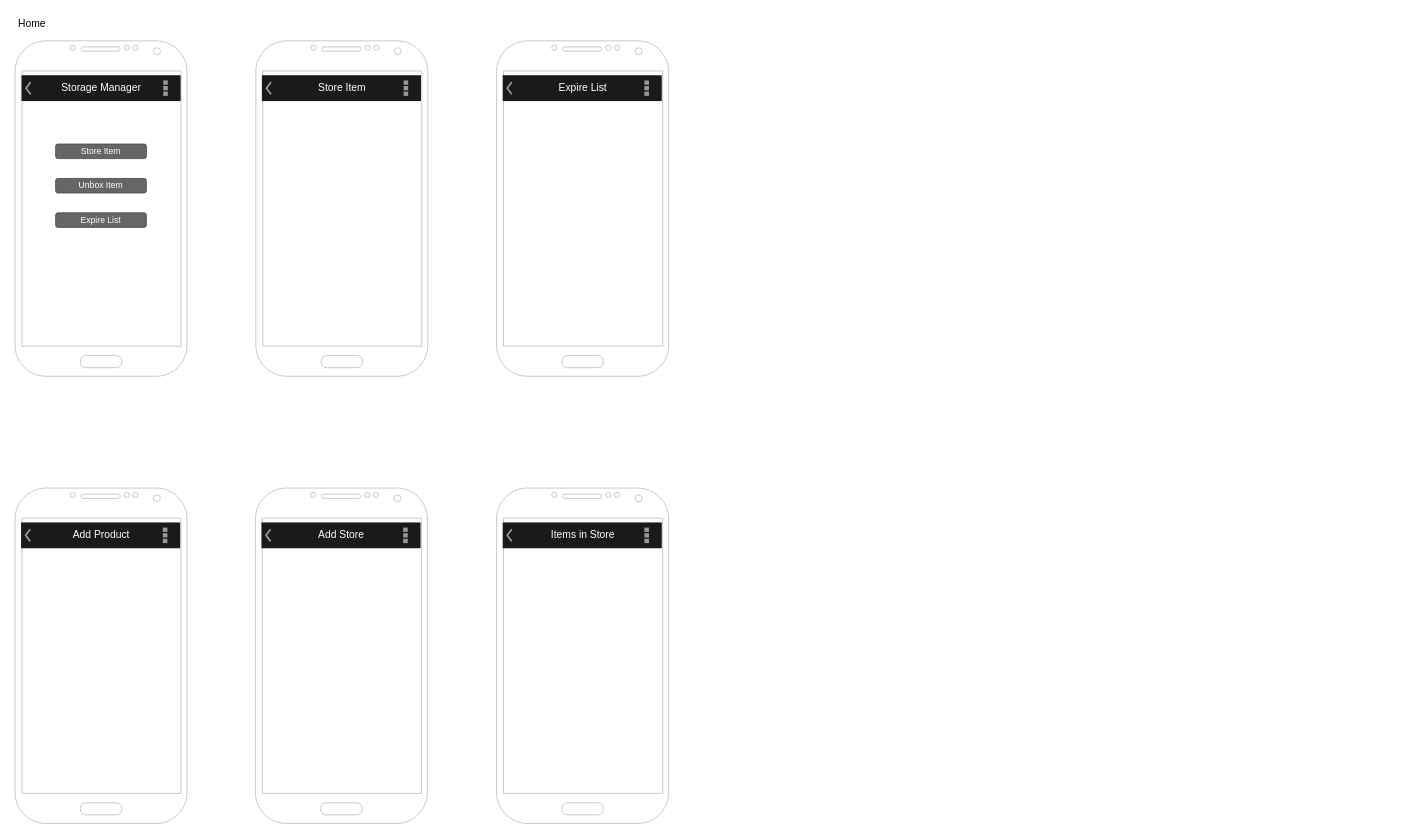
Above: storageManager/Mockups.drawio in better-live-movement/concepts (draw.io), before the change. Source tidied: cells renumbered, new cells numbered last; positions are measured from the earlier drawing's top-left corner, leaving out a move shared by most shapes. Both pictures are drawn from the tidied source at 86%, with x=0, y=0 at pixel (15, 15).
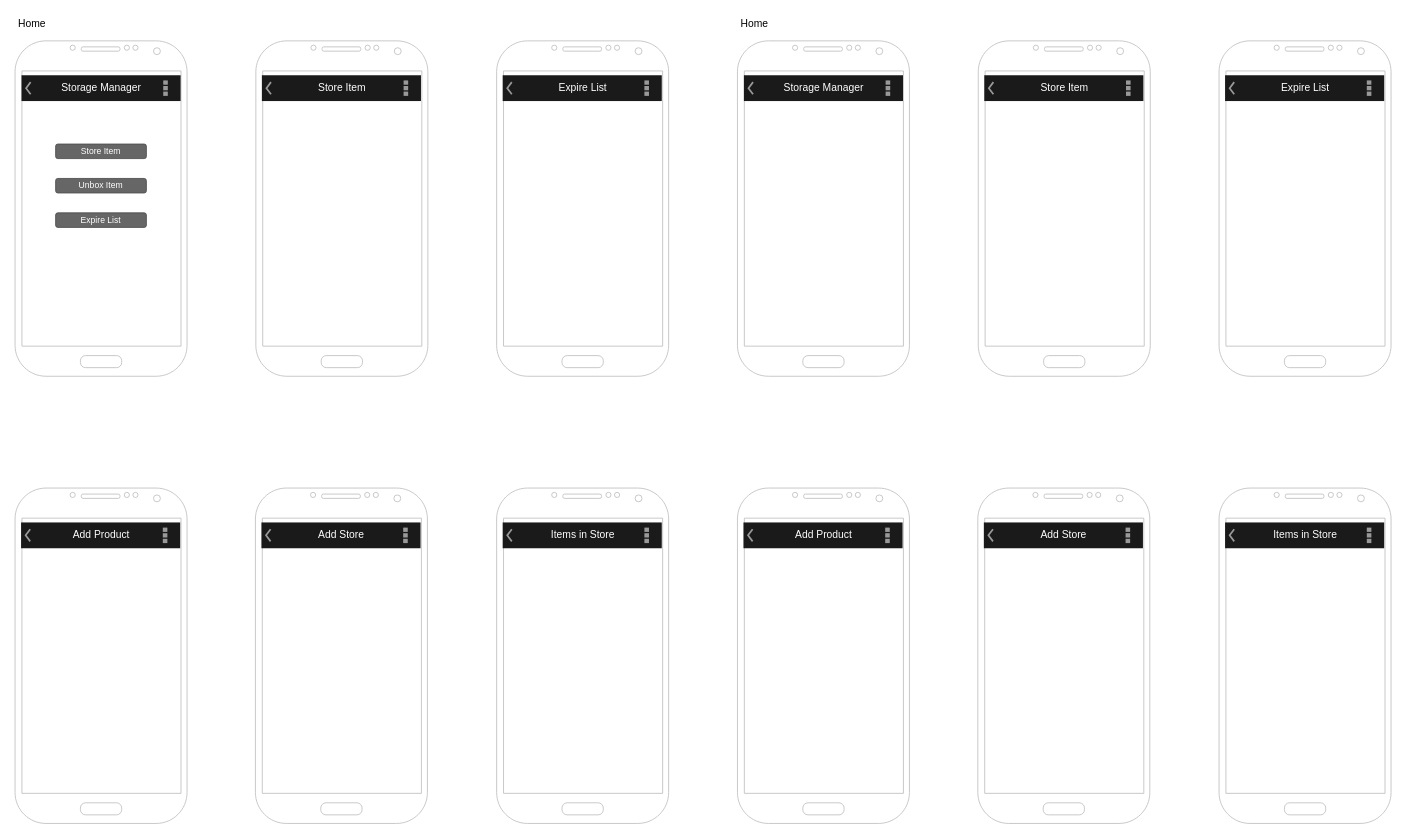
The same page after the edit.

Change to the diagram source:
```diff
@@
+    <mxCell id="18" style="verticalLabelPosition=bottom;verticalAlign=top;html=1;shadow=0;dashed=0;strokeWidth=1;shape=mxgraph.android.phone2;strokeColor=#c0c0c0;" parent="1" vertex="1">
+      <mxGeometry x="840" y="30" width="200" height="390" as="geometry" />
+    </mxCell>
+    <mxCell id="19" value="Storage Manager" style="strokeWidth=1;html=1;shadow=0;dashed=0;shape=mxgraph.android.action_bar;fillColor=#1A1A1A;strokeColor=#c0c0c0;strokeWidth=2;fontColor=#FFFFFF;" parent="1" vertex="1">
+      <mxGeometry x="847.5" y="70" width="185" height="30" as="geometry" />
+    </mxCell>
+    <mxCell id="20" style="verticalLabelPosition=bottom;verticalAlign=top;html=1;shadow=0;dashed=0;strokeWidth=1;shape=mxgraph.android.phone2;strokeColor=#c0c0c0;" parent="1" vertex="1">
+      <mxGeometry x="1120" y="30" width="200" height="390" as="geometry" />
+    </mxCell>
+    <mxCell id="21" value="Store Item" style="strokeWidth=1;html=1;shadow=0;dashed=0;shape=mxgraph.android.action_bar;fillColor=#1A1A1A;strokeColor=#c0c0c0;strokeWidth=2;fontColor=#FFFFFF;" parent="1" vertex="1">
+      <mxGeometry x="1127" y="70" width="185" height="30" as="geometry" />
+    </mxCell>
+    <mxCell id="22" value="Home" style="text;html=1;strokeColor=none;fillColor=none;align=center;verticalAlign=middle;whiteSpace=wrap;rounded=0;" parent="1" vertex="1">
+      <mxGeometry x="840" width="40" height="20" as="geometry" />
+    </mxCell>
+    <mxCell id="23" style="verticalLabelPosition=bottom;verticalAlign=top;html=1;shadow=0;dashed=0;strokeWidth=1;shape=mxgraph.android.phone2;strokeColor=#c0c0c0;" parent="1" vertex="1">
+      <mxGeometry x="1400" y="30" width="200" height="390" as="geometry" />
+    </mxCell>
+    <mxCell id="24" value="Expire List" style="strokeWidth=1;html=1;shadow=0;dashed=0;shape=mxgraph.android.action_bar;fillColor=#1A1A1A;strokeColor=#c0c0c0;strokeWidth=2;fontColor=#FFFFFF;" parent="1" vertex="1">
+      <mxGeometry x="1407" y="70" width="185" height="30" as="geometry" />
+    </mxCell>
+    <mxCell id="25" style="verticalLabelPosition=bottom;verticalAlign=top;html=1;shadow=0;dashed=0;strokeWidth=1;shape=mxgraph.android.phone2;strokeColor=#c0c0c0;" parent="1" vertex="1">
+      <mxGeometry x="840" y="550" width="200" height="390" as="geometry" />
+    </mxCell>
+    <mxCell id="26" value="Add Product" style="strokeWidth=1;html=1;shadow=0;dashed=0;shape=mxgraph.android.action_bar;fillColor=#1A1A1A;strokeColor=#c0c0c0;strokeWidth=2;fontColor=#FFFFFF;" parent="1" vertex="1">
+      <mxGeometry x="847" y="590" width="185" height="30" as="geometry" />
+    </mxCell>
+    <mxCell id="27" style="verticalLabelPosition=bottom;verticalAlign=top;html=1;shadow=0;dashed=0;strokeWidth=1;shape=mxgraph.android.phone2;strokeColor=#c0c0c0;" parent="1" vertex="1">
+      <mxGeometry x="1119.5" y="550" width="200" height="390" as="geometry" />
+    </mxCell>
+    <mxCell id="28" value="Add Store" style="strokeWidth=1;html=1;shadow=0;dashed=0;shape=mxgraph.android.action_bar;fillColor=#1A1A1A;strokeColor=#c0c0c0;strokeWidth=2;fontColor=#FFFFFF;" parent="1" vertex="1">
+      <mxGeometry x="1126.5" y="590" width="185" height="30" as="geometry" />
+    </mxCell>
+    <mxCell id="29" style="verticalLabelPosition=bottom;verticalAlign=top;html=1;shadow=0;dashed=0;strokeWidth=1;shape=mxgraph.android.phone2;strokeColor=#c0c0c0;" parent="1" vertex="1">
+      <mxGeometry x="1400" y="550" width="200" height="390" as="geometry" />
+    </mxCell>
+    <mxCell id="30" value="Items in Store" style="strokeWidth=1;html=1;shadow=0;dashed=0;shape=mxgraph.android.action_bar;fillColor=#1A1A1A;strokeColor=#c0c0c0;strokeWidth=2;fontColor=#FFFFFF;" parent="1" vertex="1">
+      <mxGeometry x="1407" y="590" width="185" height="30" as="geometry" />
+    </mxCell>
```
